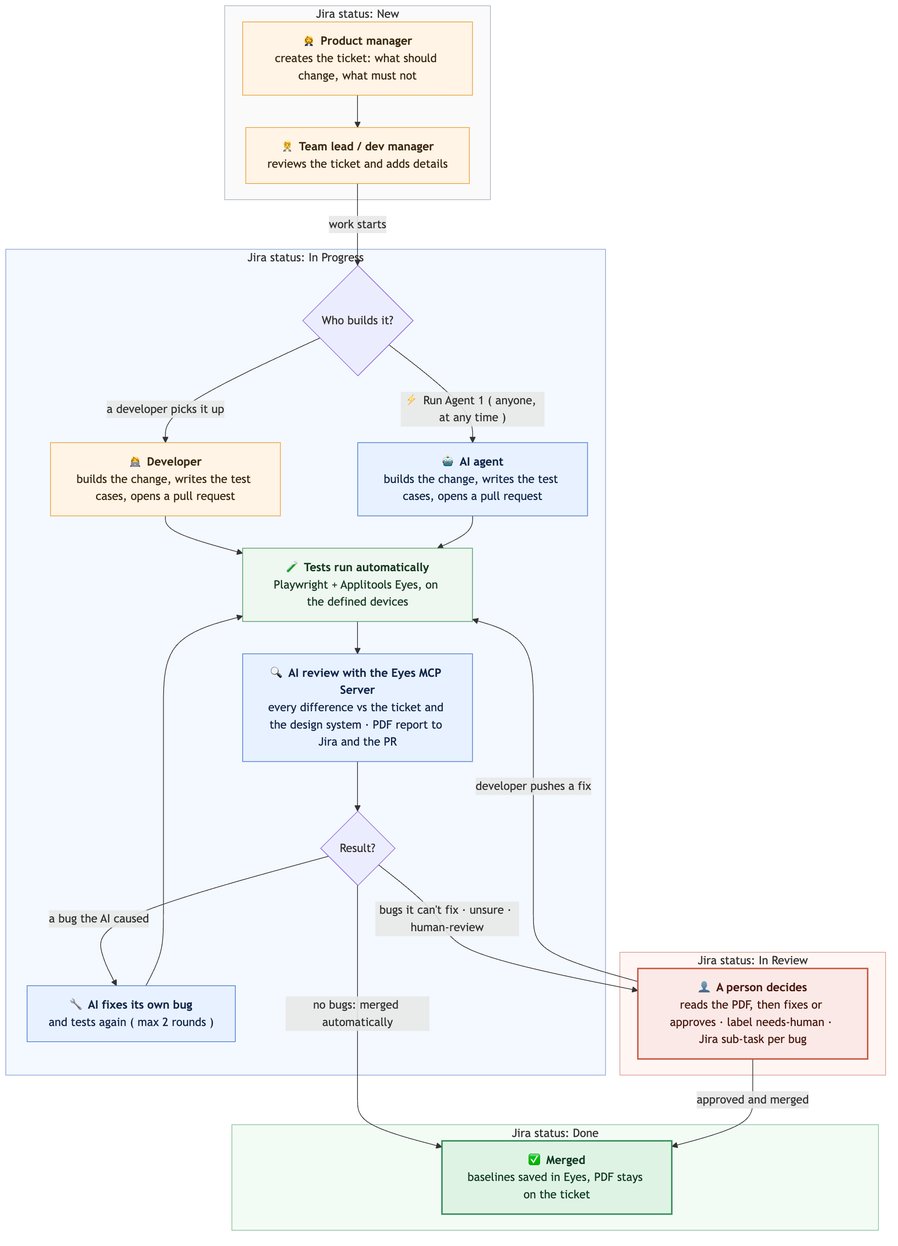
This is docs/images/user-flow.png from ssharma007-dev/wikipedia-visual-ci, a Mermaid export, as it was before one commit. Its source is kept beside it as docs/images/user-flow.mmd.
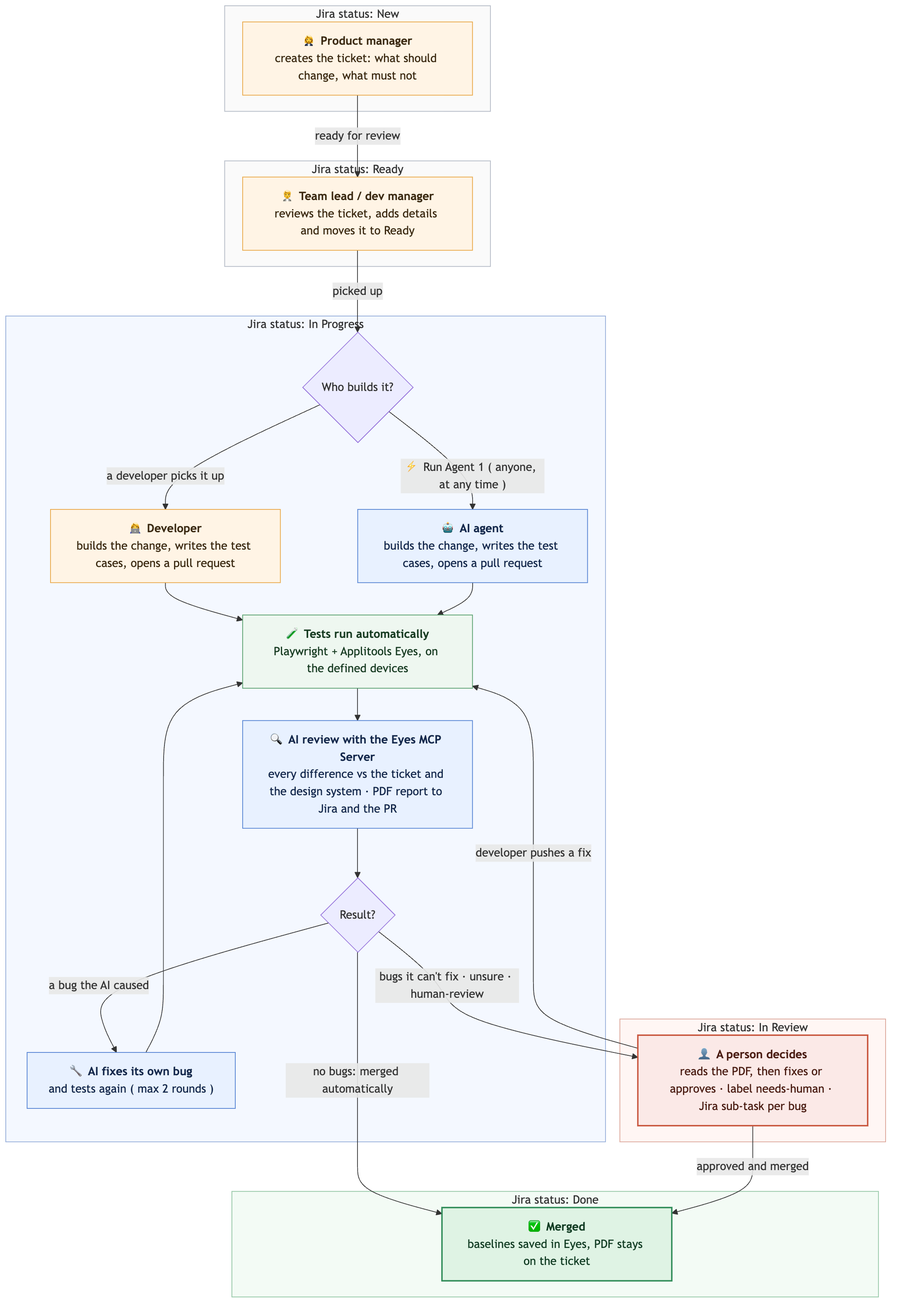
After the commit.

Commit message:
Add the Ready status: New → Ready (team lead / dev manager review) → In Progress → In Review → Done

What changed in the source:
```diff
@@ -2,7 +2,9 @@
 flowchart TD
     subgraph S1["Jira status: New"]
         A["👩‍💼 <b>Product manager</b><br/>creates the ticket: what should change, what must not"]
-        B["🧑‍💼 <b>Team lead / dev manager</b><br/>reviews the ticket and adds details"]
+    end
+    subgraph S2["Jira status: Ready"]
+        B["🧑‍💼 <b>Team lead / dev manager</b><br/>reviews the ticket, adds details and moves it to Ready"]
     end
     subgraph S3["Jira status: In Progress"]
         C{"Who builds it?"}
@@ -20,8 +22,8 @@
         K["✅ <b>Merged</b><br/>baselines saved in Eyes, PDF stays on the ticket"]
     end
 
-    A --> B
-    B -->|"work starts"| C
+    A -->|"ready for review"| B
+    B -->|"picked up"| C
     C -->|"a developer picks it up"| D
     C -->|"⚡ Run Agent 1 ( anyone, at any time )"| E
     D --> F
@@ -46,6 +48,7 @@
     class K good
     class J decide
     style S1 fill:#FAFAFA,stroke:#B0B7C3
+    style S2 fill:#FAFAFA,stroke:#B0B7C3
     style S3 fill:#F4F8FF,stroke:#8FA8D6
     style S4 fill:#FFF6F4,stroke:#D9A093
     style S5 fill:#F3FBF5,stroke:#8CC29E
```
